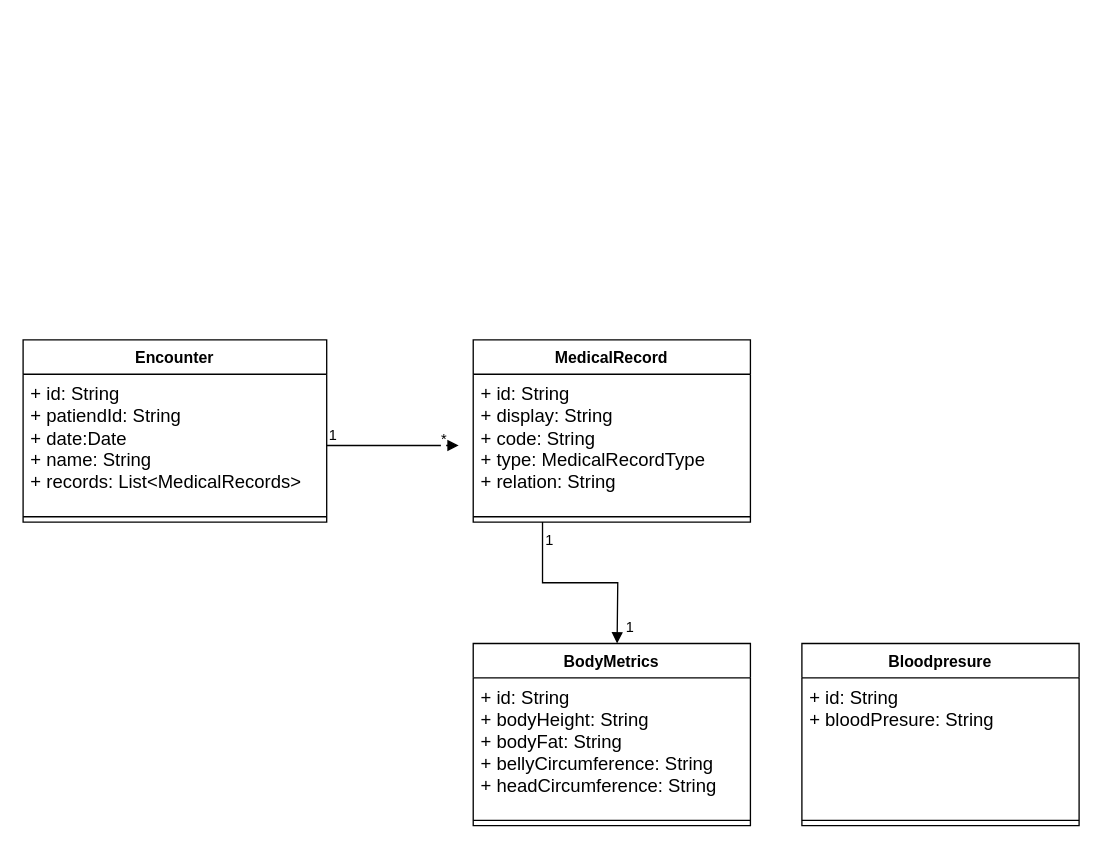
goafabric/core-service keeps this draw.io diagram as doc/diagrams/Datamodel.drawio. Above is the earlier version. Source tidied: cells renumbered, new cells numbered last; positions are measured from the earlier drawing's top-left corner, leaving out a move shared by most shapes. Both pictures are drawn from the tidied source at 132%, with x=0, y=0 at pixel (22, 339).
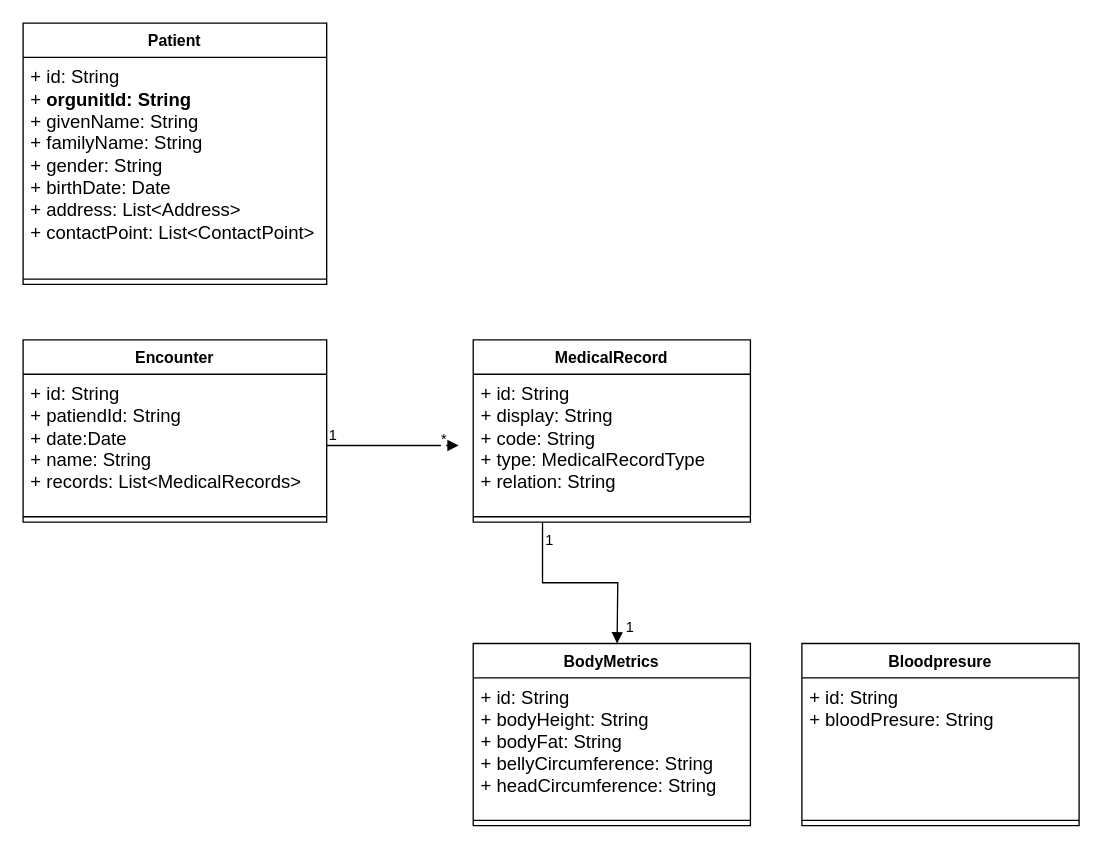
After the change.

What changed in the source:
```diff
@@
+    <mxCell id="20" value="Patient" style="swimlane;fontStyle=1;align=center;verticalAlign=top;horizontal=1;startSize=26;whiteSpace=wrap;html=1;" parent="1" vertex="1">
+      <mxGeometry y="-240" width="230" height="198" as="geometry" />
+    </mxCell>
+    <mxCell id="21" value="&lt;font style=&quot;font-size: 14px;&quot;&gt;+ id: String&lt;br&gt;+ &lt;b&gt;orgunitId: String&lt;/b&gt;&lt;br&gt;+ givenName: String&lt;br&gt;+ familyName: String&lt;br&gt;+ gender: String&lt;br&gt;+ birthDate: Date&lt;br&gt;+ address: List&amp;lt;Address&amp;gt;&lt;br&gt;+ contactPoint: List&amp;lt;ContactPoint&amp;gt;&lt;br&gt;&lt;br&gt;&lt;/font&gt;" style="text;strokeColor=none;fillColor=none;align=left;verticalAlign=top;spacingLeft=4;spacingRight=4;overflow=hidden;whiteSpace=wrap;html=1;" parent="20" vertex="1">
+      <mxGeometry y="26" width="230" height="164" as="geometry" />
+    </mxCell>
+    <mxCell id="22" style="line;strokeWidth=1;fillColor=none;align=left;verticalAlign=middle;spacingTop=-1;spacingLeft=3;spacingRight=3;labelPosition=right;strokeColor=inherit;" parent="20" vertex="1">
+      <mxGeometry y="190" width="230" height="8" as="geometry" />
+    </mxCell>
```
